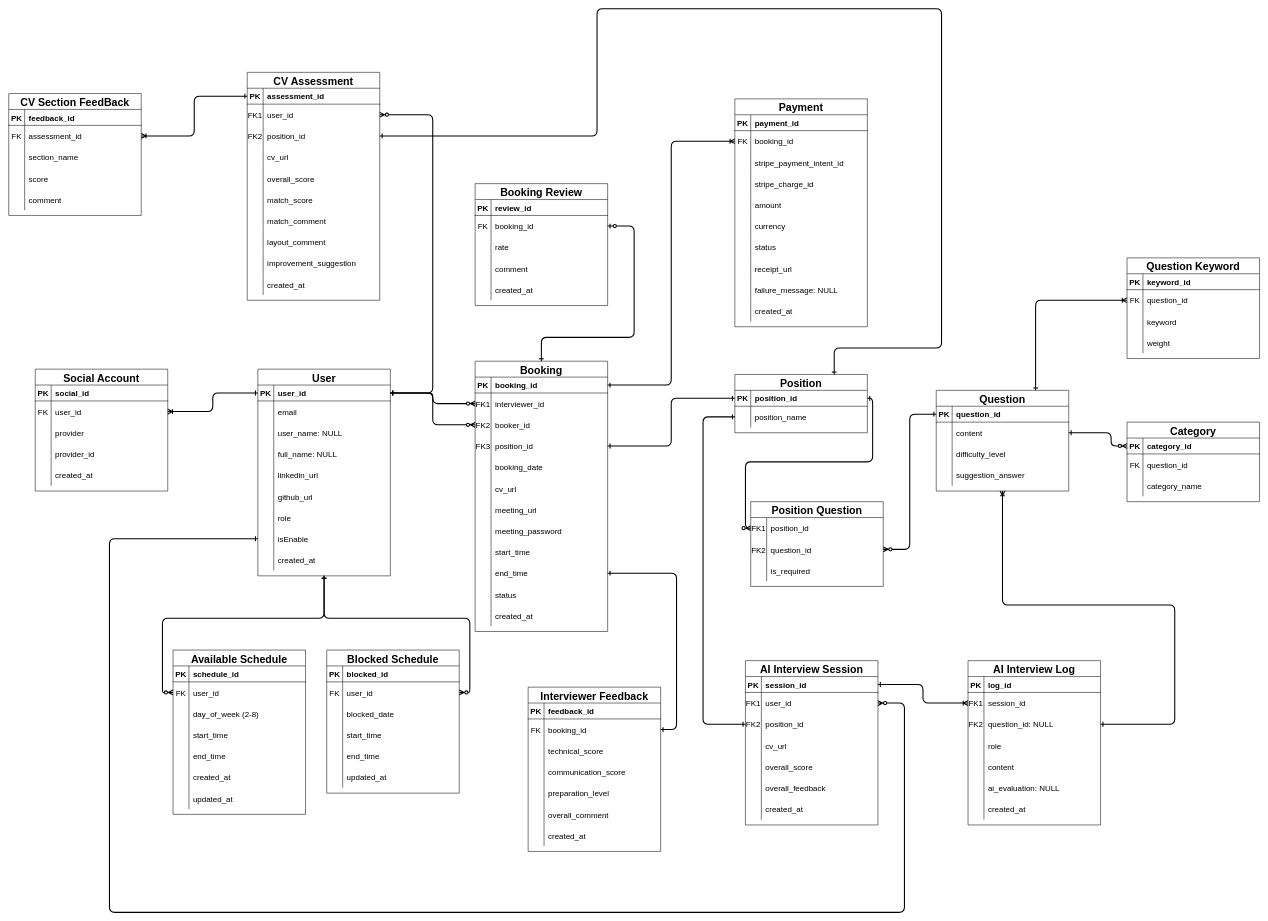
Earlier version of the draw.io diagram docs/analysis_and_design/Database/Database.drawio (Quanbro07/SE-Master-Interview). Source tidied: cells renumbered, new cells numbered last; positions are measured from the earlier drawing's top-left corner, leaving out a move shared by most shapes. Both pictures are drawn from the tidied source at 53%, with x=0, y=0 at pixel (8, 8).
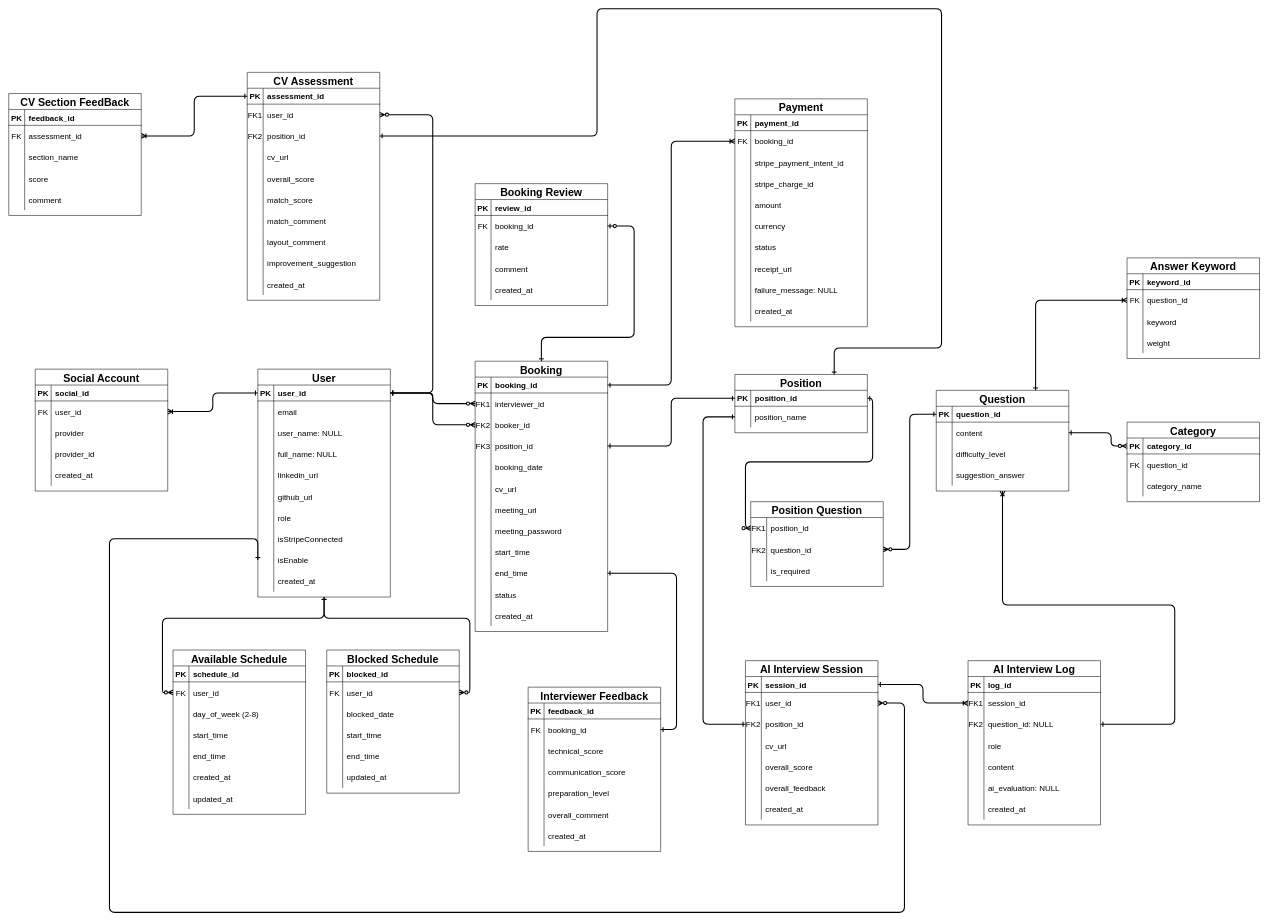
The same diagram, later.

The edit, as a diff of the source:
```diff
@@
     <mxCell id="3" value="User" style="shape=table;startSize=30;childLayout=tableLayout;rowLines=0;fontStyle=1;align=center;fontSize=20;" parent="1" vertex="1">
-      <mxGeometry x="470" y="680" width="250" height="390" as="geometry" />
+      <mxGeometry x="470" y="680" width="250" height="430" as="geometry" />
     </mxCell>
@@
+    <mxCell id="357" style="shape=partialRectangle;fillColor=none;top=0;left=0;right=0;bottom=0;" parent="3" vertex="1">
+      <mxGeometry y="300" width="250" height="40" as="geometry" />
+    </mxCell>
+    <mxCell id="358" style="shape=partialRectangle;overflow=hidden;fillColor=none;top=0;left=0;bottom=0;right=0;" parent="357" vertex="1">
+      <mxGeometry width="30" height="40" as="geometry" />
+    </mxCell>
+    <mxCell id="359" value="isStripeConnected" style="shape=partialRectangle;overflow=hidden;fillColor=none;top=0;left=0;bottom=0;right=0;align=left;spacingLeft=6;fontSize=15;" parent="357" vertex="1">
+      <mxGeometry x="30" width="220" height="40" as="geometry" />
+    </mxCell>
     <mxCell id="25" style="shape=partialRectangle;fillColor=none;points=[[0,0.5],[1,0.5]];portConstraint=eastwest;top=0;left=0;right=0;bottom=0;" parent="3" vertex="1">
-      <mxGeometry y="300" width="250" height="40" as="geometry" />
+      <mxGeometry y="340" width="250" height="40" as="geometry" />
     </mxCell>
@@
     <mxCell id="28" style="shape=partialRectangle;fillColor=none;top=0;left=0;right=0;bottom=0;" parent="3" vertex="1">
-      <mxGeometry y="340" width="250" height="40" as="geometry" />
+      <mxGeometry y="380" width="250" height="40" as="geometry" />
     </mxCell>
@@
-    <mxCell id="322" value="Question Keyword" style="shape=table;startSize=30;childLayout=tableLayout;rowLines=0;fontStyle=1;align=center;fontSize=20;" parent="1" vertex="1">
+    <mxCell id="322" value="Answer Keyword" style="shape=table;startSize=30;childLayout=tableLayout;rowLines=0;fontStyle=1;align=center;fontSize=20;" parent="1" vertex="1">
       <mxGeometry x="2110" y="470" width="250" height="190" as="geometry" />
     </mxCell>
```
